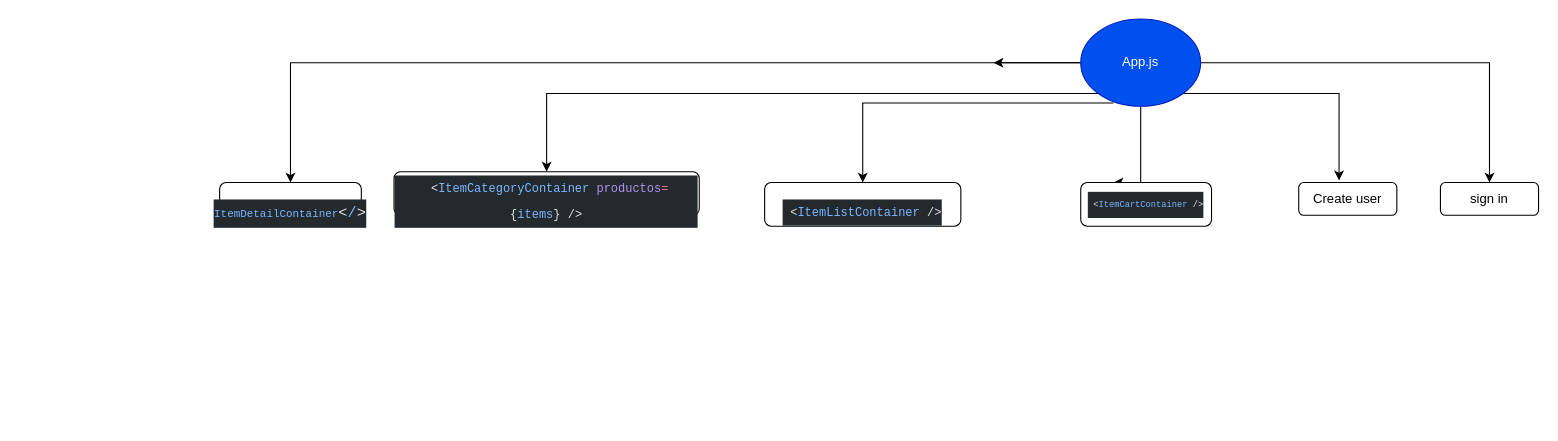
This is my-app2/src/components/logic.drawio from LucasDiazMiguez/React-app, a draw.io file, before an edit. Source tidied: cells renumbered, new cells numbered last; positions are measured from the earlier drawing's top-left corner, leaving out a move shared by most shapes. Both pictures are drawn from the tidied source at 109%, with x=0, y=0 at pixel (219, 19).
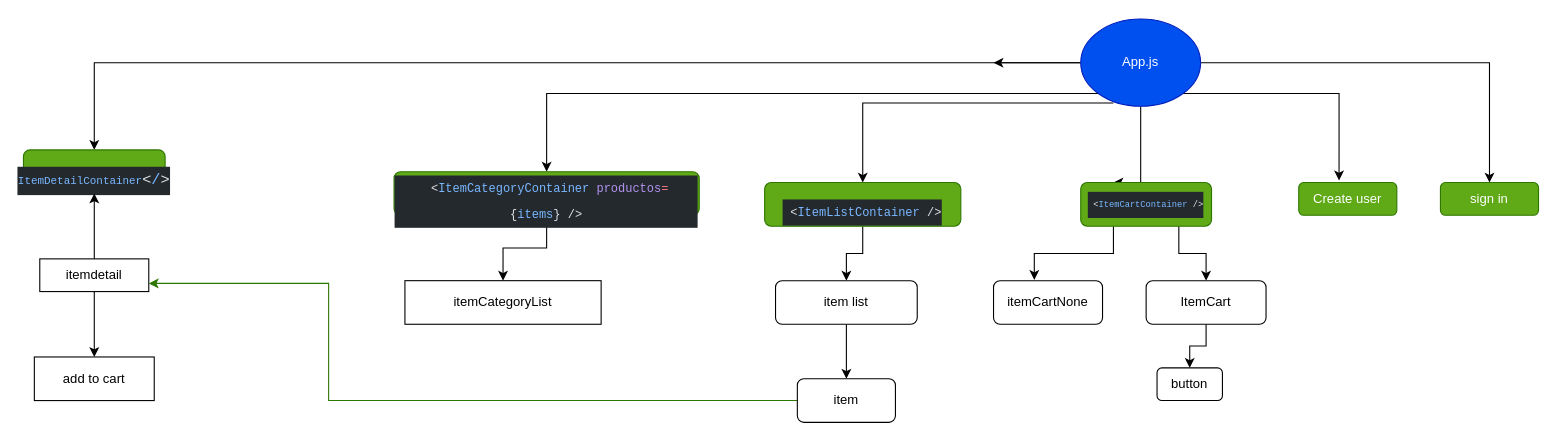
Above is the later version.

What changed in the source:
```diff
@@
-    <mxCell id="10" value="&lt;font style=&quot;font-size: 14px&quot;&gt;&lt;br&gt;&lt;/font&gt;&lt;div style=&quot;color: rgb(225 , 228 , 232) ; background-color: rgb(36 , 41 , 46) ; font-family: &amp;#34;consolas&amp;#34; , &amp;#34;courier new&amp;#34; , monospace ; font-weight: normal ; line-height: 24px&quot;&gt;&lt;div&gt;&lt;font&gt;&lt;span style=&quot;color: rgb(121 , 184 , 255)&quot;&gt;&lt;font style=&quot;font-size: 10px&quot;&gt;ItemDetailContainer&lt;/font&gt;&lt;/span&gt;&lt;span style=&quot;font-size: 14px ; color: rgb(225 , 228 , 232)&quot;&gt;&amp;lt;&lt;/span&gt;&lt;span style=&quot;font-size: 14px ; color: rgb(121 , 184 , 255)&quot;&gt;/&lt;/span&gt;&lt;span style=&quot;font-size: 14px ; color: rgb(225 , 228 , 232)&quot;&gt;&amp;gt;&lt;/span&gt;&lt;/font&gt;&lt;/div&gt;&lt;/div&gt;" style="rounded=1;whiteSpace=wrap;html=1;" parent="1" vertex="1">
-      <mxGeometry y="150" width="130" height="40" as="geometry" />
+    <mxCell id="10" value="&lt;font style=&quot;font-size: 14px&quot;&gt;&lt;br&gt;&lt;/font&gt;&lt;div style=&quot;color: rgb(225 , 228 , 232) ; background-color: rgb(36 , 41 , 46) ; font-family: &amp;#34;consolas&amp;#34; , &amp;#34;courier new&amp;#34; , monospace ; font-weight: normal ; line-height: 24px&quot;&gt;&lt;div&gt;&lt;font&gt;&lt;span style=&quot;color: rgb(121 , 184 , 255)&quot;&gt;&lt;font style=&quot;font-size: 10px&quot;&gt;ItemDetailContainer&lt;/font&gt;&lt;/span&gt;&lt;span style=&quot;font-size: 14px ; color: rgb(225 , 228 , 232)&quot;&gt;&amp;lt;&lt;/span&gt;&lt;span style=&quot;font-size: 14px ; color: rgb(121 , 184 , 255)&quot;&gt;/&lt;/span&gt;&lt;span style=&quot;font-size: 14px ; color: rgb(225 , 228 , 232)&quot;&gt;&amp;gt;&lt;/span&gt;&lt;/font&gt;&lt;/div&gt;&lt;/div&gt;" style="rounded=1;whiteSpace=wrap;html=1;fillColor=#60a917;strokeColor=#2D7600;fontColor=#ffffff;" parent="1" vertex="1">
+      <mxGeometry x="-180" y="120" width="130" height="40" as="geometry" />
     </mxCell>
+    <mxCell id="16" style="edgeStyle=orthogonalEdgeStyle;rounded=0;jettySize=auto;html=1;exitX=0.5;exitY=1;exitDx=0;exitDy=0;entryX=0.5;entryY=0;entryDx=0;entryDy=0;" parent="1" edge="1" source="11" target="24">
+      <mxGeometry relative="1" as="geometry" />
+    </mxCell>
-    <mxCell id="11" value="&lt;font style=&quot;font-size: 11px&quot;&gt;&lt;br&gt;&lt;br&gt;&lt;/font&gt;&lt;div style=&quot;color: rgb(225 , 228 , 232) ; background-color: rgb(36 , 41 , 46) ; font-family: &amp;#34;consolas&amp;#34; , &amp;#34;courier new&amp;#34; , monospace ; font-weight: normal ; line-height: 24px ; font-size: 11px&quot;&gt;&lt;div&gt;&lt;font style=&quot;font-size: 11px&quot;&gt;&lt;span style=&quot;color: #e1e4e8&quot;&gt;&amp;nbsp;&amp;lt;&lt;/span&gt;&lt;span style=&quot;color: #79b8ff&quot;&gt;ItemCategoryContainer&lt;/span&gt;&lt;span style=&quot;color: #e1e4e8&quot;&gt;&amp;nbsp;&lt;/span&gt;&lt;span style=&quot;color: #b392f0&quot;&gt;productos&lt;/span&gt;&lt;span style=&quot;color: #f97583&quot;&gt;=&lt;/span&gt;&lt;span style=&quot;color: #e1e4e8&quot;&gt;{&lt;/span&gt;&lt;span style=&quot;color: #79b8ff&quot;&gt;items&lt;/span&gt;&lt;span style=&quot;color: #e1e4e8&quot;&gt;}&amp;nbsp;&lt;/span&gt;&lt;span style=&quot;color: #e1e4e8&quot;&gt;/&amp;gt;&lt;/span&gt;&lt;/font&gt;&lt;/div&gt;&lt;/div&gt;&lt;font style=&quot;font-size: 11px&quot;&gt;&lt;br&gt;&lt;/font&gt;" style="rounded=1;whiteSpace=wrap;html=1;" parent="1" vertex="1">
+    <mxCell id="11" value="&lt;font style=&quot;font-size: 11px&quot;&gt;&lt;br&gt;&lt;br&gt;&lt;/font&gt;&lt;div style=&quot;color: rgb(225 , 228 , 232) ; background-color: rgb(36 , 41 , 46) ; font-family: &amp;#34;consolas&amp;#34; , &amp;#34;courier new&amp;#34; , monospace ; font-weight: normal ; line-height: 24px ; font-size: 11px&quot;&gt;&lt;div&gt;&lt;font style=&quot;font-size: 11px&quot;&gt;&lt;span style=&quot;color: #e1e4e8&quot;&gt;&amp;nbsp;&amp;lt;&lt;/span&gt;&lt;span style=&quot;color: #79b8ff&quot;&gt;ItemCategoryContainer&lt;/span&gt;&lt;span style=&quot;color: #e1e4e8&quot;&gt;&amp;nbsp;&lt;/span&gt;&lt;span style=&quot;color: #b392f0&quot;&gt;productos&lt;/span&gt;&lt;span style=&quot;color: #f97583&quot;&gt;=&lt;/span&gt;&lt;span style=&quot;color: #e1e4e8&quot;&gt;{&lt;/span&gt;&lt;span style=&quot;color: #79b8ff&quot;&gt;items&lt;/span&gt;&lt;span style=&quot;color: #e1e4e8&quot;&gt;}&amp;nbsp;&lt;/span&gt;&lt;span style=&quot;color: #e1e4e8&quot;&gt;/&amp;gt;&lt;/span&gt;&lt;/font&gt;&lt;/div&gt;&lt;/div&gt;&lt;font style=&quot;font-size: 11px&quot;&gt;&lt;br&gt;&lt;/font&gt;" style="rounded=1;whiteSpace=wrap;html=1;fillColor=#60a917;strokeColor=#2D7600;fontColor=#ffffff;" parent="1" vertex="1">
       <mxGeometry x="160" y="140" width="280" height="40" as="geometry" />
     </mxCell>
+    <mxCell id="17" style="edgeStyle=orthogonalEdgeStyle;rounded=0;jettySize=auto;html=1;exitX=0.5;exitY=1;exitDx=0;exitDy=0;" parent="1" edge="1" source="12" target="26">
+      <mxGeometry relative="1" as="geometry" />
+    </mxCell>
-    <mxCell id="12" value="&lt;br&gt;&lt;br&gt;&lt;div style=&quot;color: rgb(225 , 228 , 232) ; background-color: rgb(36 , 41 , 46) ; font-family: &amp;#34;consolas&amp;#34; , &amp;#34;courier new&amp;#34; , monospace ; font-weight: normal ; line-height: 24px ; font-size: 11px&quot;&gt;&lt;div&gt;&lt;span style=&quot;color: #e1e4e8&quot;&gt;&amp;nbsp;&amp;lt;&lt;/span&gt;&lt;span style=&quot;color: #79b8ff&quot;&gt;ItemListContainer&lt;/span&gt;&lt;span style=&quot;color: #e1e4e8&quot;&gt;&amp;nbsp;&lt;/span&gt;&lt;span style=&quot;color: #e1e4e8&quot;&gt;/&amp;gt;&lt;/span&gt;&lt;/div&gt;&lt;/div&gt;&lt;br&gt;" style="rounded=1;whiteSpace=wrap;html=1;" parent="1" vertex="1">
+    <mxCell id="12" value="&lt;br&gt;&lt;br&gt;&lt;div style=&quot;color: rgb(225 , 228 , 232) ; background-color: rgb(36 , 41 , 46) ; font-family: &amp;#34;consolas&amp;#34; , &amp;#34;courier new&amp;#34; , monospace ; font-weight: normal ; line-height: 24px ; font-size: 11px&quot;&gt;&lt;div&gt;&lt;span style=&quot;color: #e1e4e8&quot;&gt;&amp;nbsp;&amp;lt;&lt;/span&gt;&lt;span style=&quot;color: #79b8ff&quot;&gt;ItemListContainer&lt;/span&gt;&lt;span style=&quot;color: #e1e4e8&quot;&gt;&amp;nbsp;&lt;/span&gt;&lt;span style=&quot;color: #e1e4e8&quot;&gt;/&amp;gt;&lt;/span&gt;&lt;/div&gt;&lt;/div&gt;&lt;br&gt;" style="rounded=1;whiteSpace=wrap;html=1;fillColor=#60a917;strokeColor=#2D7600;fontColor=#ffffff;" parent="1" vertex="1">
       <mxGeometry x="500" y="150" width="180" height="40" as="geometry" />
     </mxCell>
+    <mxCell id="18" style="edgeStyle=orthogonalEdgeStyle;rounded=0;jettySize=auto;html=1;exitX=0.25;exitY=1;exitDx=0;exitDy=0;entryX=0.374;entryY=-0.017;entryDx=0;entryDy=0;entryPerimeter=0;" parent="1" edge="1" source="13" target="29">
+      <mxGeometry relative="1" as="geometry" />
+    </mxCell>
+    <mxCell id="19" style="edgeStyle=orthogonalEdgeStyle;rounded=0;jettySize=auto;html=1;exitX=0.75;exitY=1;exitDx=0;exitDy=0;entryX=0.5;entryY=0;entryDx=0;entryDy=0;" parent="1" edge="1" source="13" target="31">
+      <mxGeometry relative="1" as="geometry" />
+    </mxCell>
-    <mxCell id="13" value="&lt;div style=&quot;color: rgb(225 , 228 , 232) ; background-color: rgb(36 , 41 , 46) ; font-family: &amp;#34;consolas&amp;#34; , &amp;#34;courier new&amp;#34; , monospace ; line-height: 24px ; font-size: 8px&quot;&gt;&amp;nbsp;&amp;lt;&lt;span style=&quot;color: #79b8ff&quot;&gt;ItemCartContainer&lt;/span&gt;&amp;nbsp;/&amp;gt;&lt;/div&gt;" style="rounded=1;whiteSpace=wrap;html=1;" parent="1" vertex="1">
+    <mxCell id="13" value="&lt;div style=&quot;color: rgb(225 , 228 , 232) ; background-color: rgb(36 , 41 , 46) ; font-family: &amp;#34;consolas&amp;#34; , &amp;#34;courier new&amp;#34; , monospace ; line-height: 24px ; font-size: 8px&quot;&gt;&amp;nbsp;&amp;lt;&lt;span style=&quot;color: #79b8ff&quot;&gt;ItemCartContainer&lt;/span&gt;&amp;nbsp;/&amp;gt;&lt;/div&gt;" style="rounded=1;whiteSpace=wrap;html=1;fillColor=#60a917;strokeColor=#2D7600;fontColor=#ffffff;" parent="1" vertex="1">
       <mxGeometry x="790" y="150" width="120" height="40" as="geometry" />
     </mxCell>
-    <mxCell id="14" value="Create user" style="rounded=1;whiteSpace=wrap;html=1;" parent="1" vertex="1">
+    <mxCell id="14" value="Create user" style="rounded=1;whiteSpace=wrap;html=1;fillColor=#60a917;strokeColor=#2D7600;fontColor=#ffffff;" parent="1" vertex="1">
       <mxGeometry x="990" y="150" width="90" height="30" as="geometry" />
     </mxCell>
-    <mxCell id="15" value="sign in" style="rounded=1;whiteSpace=wrap;html=1;" parent="1" vertex="1">
+    <mxCell id="15" value="sign in" style="rounded=1;whiteSpace=wrap;html=1;fillColor=#60a917;strokeColor=#2D7600;fontColor=#ffffff;" parent="1" vertex="1">
       <mxGeometry x="1120" y="150" width="90" height="30" as="geometry" />
     </mxCell>
+    <mxCell id="20" style="edgeStyle=orthogonalEdgeStyle;rounded=0;jettySize=auto;html=1;exitX=0.5;exitY=0;exitDx=0;exitDy=0;" parent="1" edge="1" source="22" target="10">
+      <mxGeometry relative="1" as="geometry" />
+    </mxCell>
+    <mxCell id="21" style="edgeStyle=orthogonalEdgeStyle;rounded=0;jettySize=auto;html=1;exitX=0.5;exitY=1;exitDx=0;exitDy=0;" parent="1" edge="1" source="22" target="23">
+      <mxGeometry relative="1" as="geometry" />
+    </mxCell>
+    <mxCell id="22" value="itemdetail" style="rounded=0;whiteSpace=wrap;html=1;" parent="1" vertex="1">
+      <mxGeometry x="-165" y="220" width="100" height="30" as="geometry" />
+    </mxCell>
+    <mxCell id="23" value="add to cart&lt;br&gt;" style="rounded=0;whiteSpace=wrap;html=1;" parent="1" vertex="1">
+      <mxGeometry x="-170" y="310" width="110" height="40" as="geometry" />
+    </mxCell>
+    <mxCell id="24" value="itemCategoryList" style="rounded=0;whiteSpace=wrap;html=1;" parent="1" vertex="1">
+      <mxGeometry x="170" y="240" width="180" height="40" as="geometry" />
+    </mxCell>
+    <mxCell id="25" style="edgeStyle=orthogonalEdgeStyle;rounded=0;jettySize=auto;html=1;exitX=0.5;exitY=1;exitDx=0;exitDy=0;entryX=0.5;entryY=0;entryDx=0;entryDy=0;" parent="1" edge="1" source="26" target="28">
+      <mxGeometry relative="1" as="geometry" />
+    </mxCell>
+    <mxCell id="26" value="item list" style="rounded=1;whiteSpace=wrap;html=1;" parent="1" vertex="1">
+      <mxGeometry x="510" y="240" width="130" height="40" as="geometry" />
+    </mxCell>
+    <mxCell id="27" style="edgeStyle=orthogonalEdgeStyle;rounded=0;jettySize=auto;html=1;exitX=0;exitY=0.5;exitDx=0;exitDy=0;entryX=1;entryY=0.75;entryDx=0;entryDy=0;fillColor=#60a917;strokeColor=#2D7600;fontFamily=Helvetica;" parent="1" edge="1" source="28" target="22">
+      <mxGeometry relative="1" as="geometry">
+        <Array as="points">
+          <mxPoint x="100" y="350" />
+          <mxPoint x="100" y="243" />
+        </Array>
+      </mxGeometry>
+    </mxCell>
+    <mxCell id="28" value="item" style="rounded=1;whiteSpace=wrap;html=1;" parent="1" vertex="1">
+      <mxGeometry x="530" y="330" width="90" height="40" as="geometry" />
+    </mxCell>
+    <mxCell id="29" value="itemCartNone" style="rounded=1;whiteSpace=wrap;html=1;" parent="1" vertex="1">
+      <mxGeometry x="710" y="240" width="100" height="40" as="geometry" />
+    </mxCell>
+    <mxCell id="30" style="edgeStyle=orthogonalEdgeStyle;rounded=0;jettySize=auto;html=1;exitX=0.5;exitY=1;exitDx=0;exitDy=0;entryX=0.5;entryY=0;entryDx=0;entryDy=0;" parent="1" edge="1" source="31" target="32">
+      <mxGeometry relative="1" as="geometry" />
+    </mxCell>
+    <mxCell id="31" value="ItemCart" style="rounded=1;whiteSpace=wrap;html=1;" parent="1" vertex="1">
+      <mxGeometry x="850" y="240" width="110" height="40" as="geometry" />
+    </mxCell>
+    <mxCell id="32" value="button" style="rounded=1;whiteSpace=wrap;html=1;" parent="1" vertex="1">
+      <mxGeometry x="860" y="320" width="60" height="30" as="geometry" />
+    </mxCell>
```
